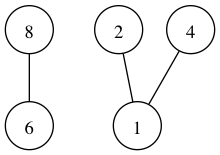
Above: project/caw001.txt.ig.png in chris-wood/PL241-Compiler (Graphviz), before the change. Its source is kept beside it as project/caw001.txt.ig.dot. Its diagram source:
```dot
graph interference_graph {
    node [shape = circle];
8 -- 6;
2 -- 1;
4 -- 1;
}
```
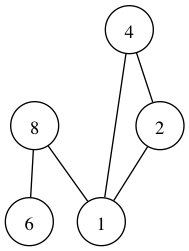
After the change.

Diff of the diagram source:
```diff
@@ -1,6 +1,8 @@
 graph interference_graph {
     node [shape = circle];
 8 -- 6;
+8 -- 1;
+4 -- 1;
+4 -- 2;
 2 -- 1;
-4 -- 1;
 }
```
